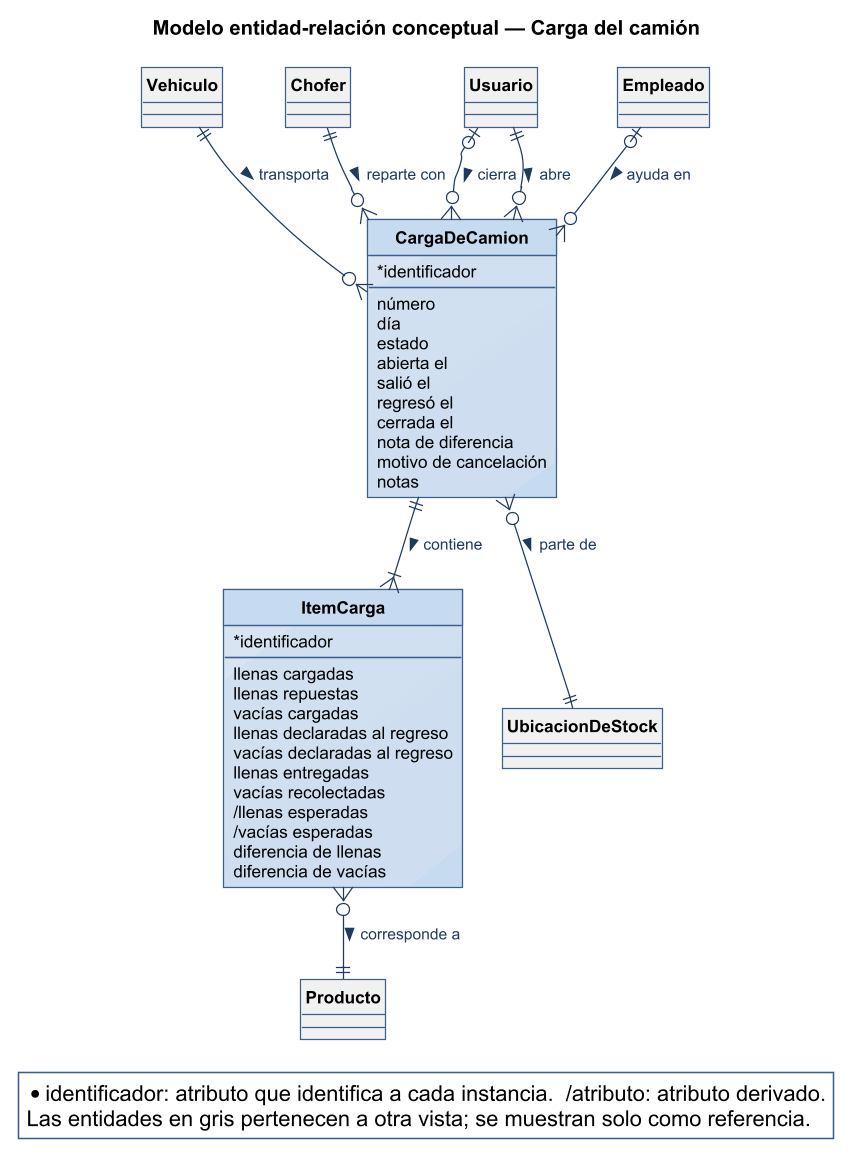
Before: diagramas/base-de-datos/conceptual/SPLG-der-10-carga-del-camion.png, a diagram exported from PlantUML (Nahuelito-Dev/splg-docs).
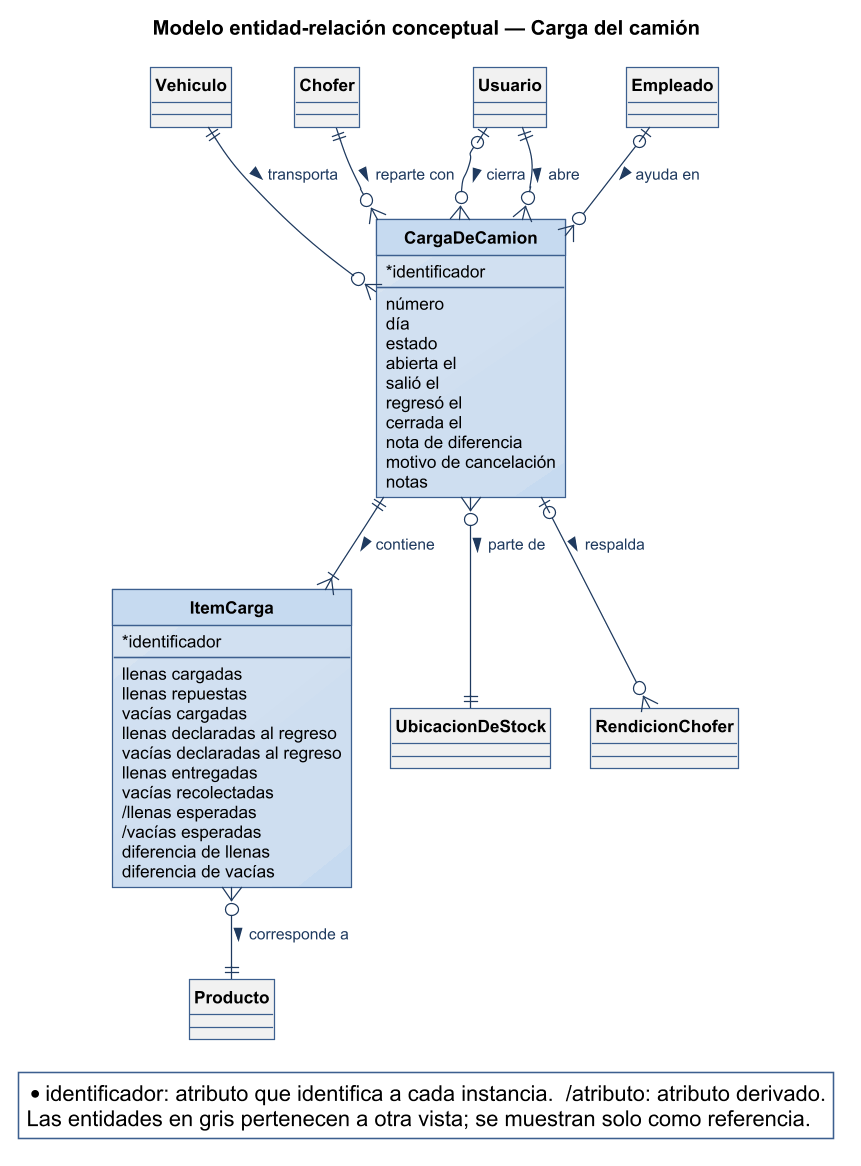
Above is the later version.

Change to the diagram source:
```diff
@@ -61,6 +61,8 @@
 }
 entity Empleado #F1F1F1 {
 }
+entity RendicionChofer #F1F1F1 {
+}
 
 Vehiculo ||--o{ CargaDeCamion : transporta >
 Usuario |o--o{ CargaDeCamion : cierra >
@@ -68,6 +70,7 @@
 Empleado |o--o{ CargaDeCamion : ayuda en >
 Usuario ||--o{ CargaDeCamion : abre >
 CargaDeCamion }o--|| UbicacionDeStock : parte de >
+CargaDeCamion |o--o{ RendicionChofer : respalda >
 ItemCarga }o--|| Producto : corresponde a >
 CargaDeCamion ||--|{ ItemCarga : contiene >
 
```
